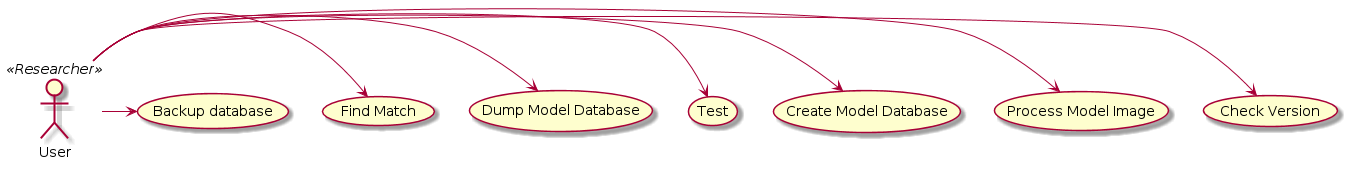
mrobbeloth/obstruction keeps this PlantUML diagram as docs/usecases.png. Above is the earlier version. The source it was exported from:
```plantuml
@startuml
User << Researcher >>
User -> (Check Version)
User -> (Process Model Image)
User -> (Create Model Database)
User -> (Test)
User -> (Dump Model Database)
User -> (Find Match)
User -> (Backup database)
@enduml
```
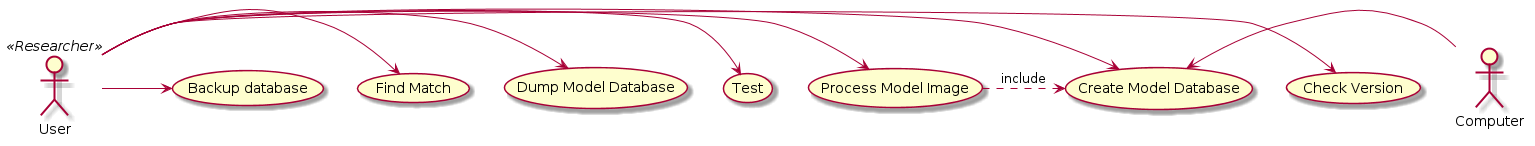
After the commit.

Commit message:
Update use case diagram

Change to the diagram source:
```diff
@@ -1,5 +1,7 @@
 @startuml
+top to bottom direction
 User << Researcher >>
+:Computer:
 User -> (Check Version)
 User -> (Process Model Image)
 User -> (Create Model Database)
@@ -7,4 +9,6 @@
 User -> (Dump Model Database)
 User -> (Find Match)
 User -> (Backup database)
+Computer -> (Create Model Database)
+(Process Model Image) .> (Create Model Database) : include
 @enduml
```
